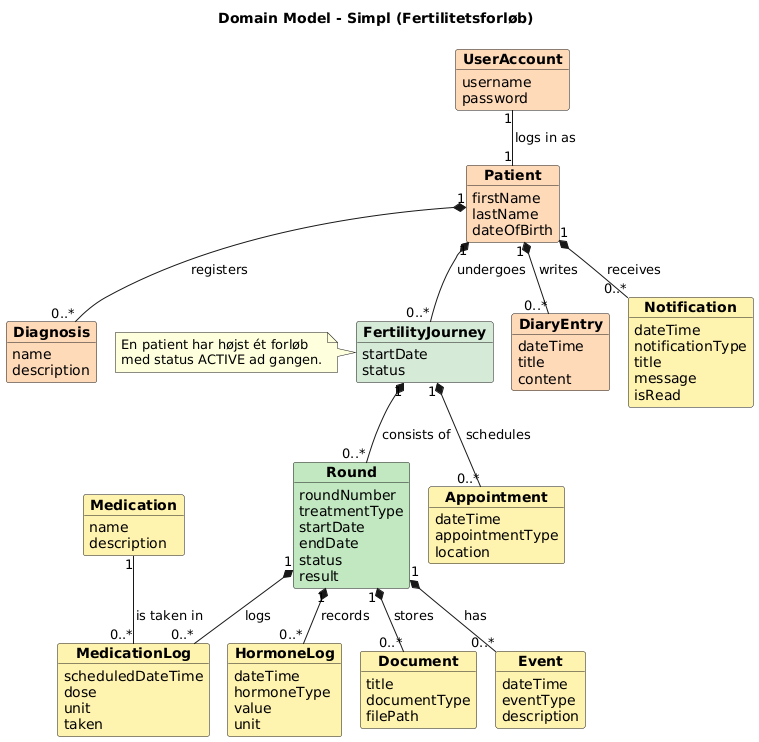
This is doc/static/Domænemodel1.png from BesimaP/Simpl-PET-project, a PlantUML export, as it was before one commit.
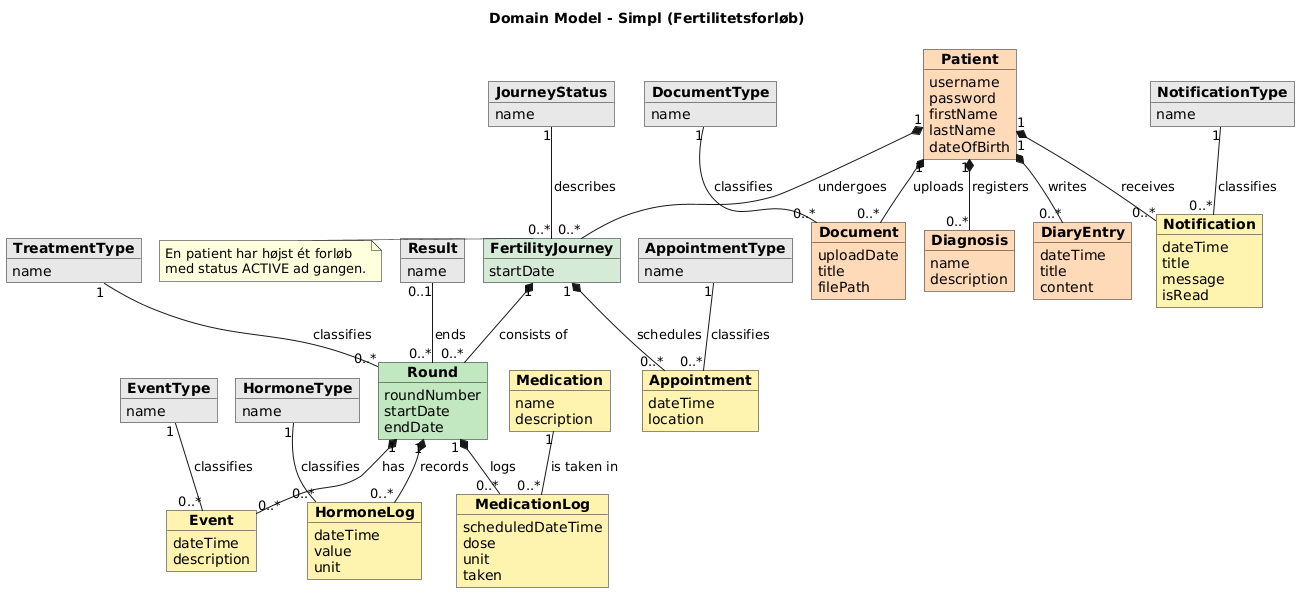
The same diagram one commit later.

The edit, as a diff of the source:
```diff
@@ -4,12 +4,9 @@
 title Domain Model - Simpl (Fertilitetsforløb)
 
 
-object "<b>UserAccount</b>" as UserAccount #FFDAB9 {
+object "<b>Patient</b>" as Patient #FFDAB9 {
   username
   password
-}
-
-object "<b>Patient</b>" as Patient #FFDAB9 {
   firstName
   lastName
   dateOfBirth
@@ -23,22 +20,17 @@
 
 object "<b>FertilityJourney</b>" as Journey #D6EAD8 {
   startDate
-  status
 }
 
 object "<b>Round</b>" as Round #C1E8C1 {
   roundNumber
-  treatmentType
   startDate
   endDate
-  status
-  result
 }
 
 
 object "<b>Appointment</b>" as Appointment #FFF3B0 {
   dateTime
-  appointmentType
   location
 }
 
@@ -51,7 +43,6 @@
 
 object "<b>Event</b>" as Event #FFF3B0 {
   dateTime
-  eventType
   description
 }
 
@@ -69,42 +60,80 @@
 
 object "<b>HormoneLog</b>" as HormoneLog #FFF3B0 {
   dateTime
-  hormoneType
   value
   unit
 }
 
-object "<b>Document</b>" as Document #FFF3B0 {
+object "<b>Document</b>" as Document #FFDAB9 {
+  uploadDate
   title
-  documentType
   filePath
 }
 
 
 object "<b>Notification</b>" as Notification #FFF3B0 {
   dateTime
-  notificationType
   title
   message
   isRead
 }
 
 
-UserAccount "1" -- "1" Patient : logs in as >
+object "<b>JourneyStatus</b>" as JourneyStatus #E8E8E8 {
+  name
+}
+
+object "<b>TreatmentType</b>" as TreatmentType #E8E8E8 {
+  name
+}
+
+object "<b>Result</b>" as Result #E8E8E8 {
+  name
+}
+
+object "<b>AppointmentType</b>" as AppointmentType #E8E8E8 {
+  name
+}
+
+object "<b>EventType</b>" as EventType #E8E8E8 {
+  name
+}
+
+object "<b>HormoneType</b>" as HormoneType #E8E8E8 {
+  name
+}
+
+object "<b>DocumentType</b>" as DocumentType #E8E8E8 {
+  name
+}
+
+object "<b>NotificationType</b>" as NotificationType #E8E8E8 {
+  name
+}
+
 
 Patient "1" *-- "0..*" Diagnosis : registers >
 Patient "1" *-- "0..*" Journey : undergoes >
 Patient "1" *-- "0..*" Notification : receives >
 Patient "1" *-- "0..*" DiaryEntry : writes >
+Patient "1" *-- "0..*" Document : uploads >
 
 Journey "1" *-- "0..*" Round : consists of >
 Journey "1" *-- "0..*" Appointment : schedules >
 
 Round "1" *-- "0..*" Event : has >
 Round "1" *-- "0..*" HormoneLog : records >
-Round "1" *-- "0..*" Document : stores >
 Round "1" *-- "0..*" MedicationLog : logs >
 Medication "1" -- "0..*" MedicationLog : is taken in >
+
+JourneyStatus "1" -- "0..*" Journey : describes >
+TreatmentType "1" -- "0..*" Round : classifies >
+Result "0..1" -- "0..*" Round : ends >
+AppointmentType "1" -- "0..*" Appointment : classifies >
+EventType "1" -- "0..*" Event : classifies >
+HormoneType "1" -- "0..*" HormoneLog : classifies >
+DocumentType "1" -- "0..*" Document : classifies >
+NotificationType "1" -- "0..*" Notification : classifies >
 
 note left of Journey
   En patient har højst ét forløb
```
